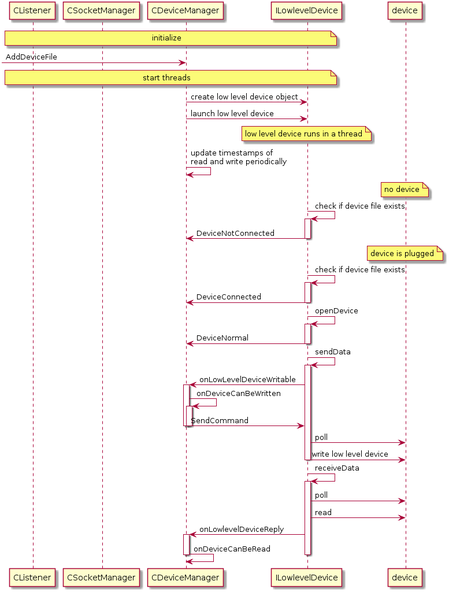
This is Diagrams/proxy/sequence.png from mike-zhou/SmartCardSwitch, a PlantUML export, as it was before one commit.
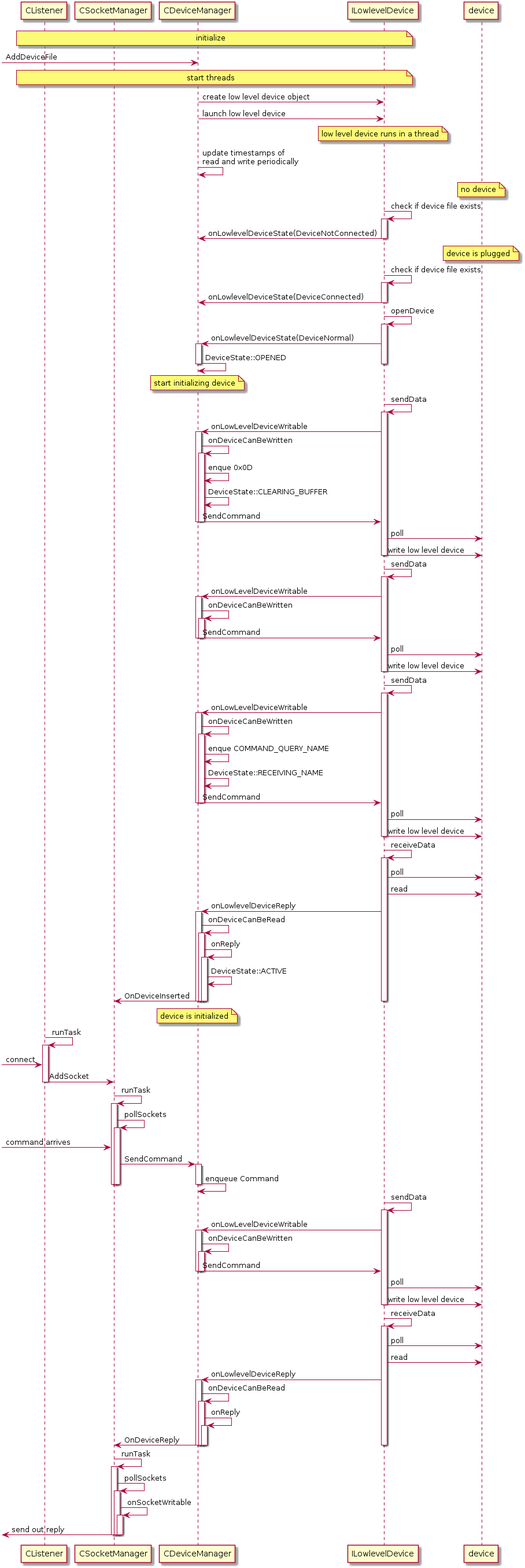
After the change.

Commit message:
Add details to sequence in proxy

The edit, as a diff of the source:
```diff
@@ -28,7 +28,7 @@
 endnote
 ILowlevelDevice -> ILowlevelDevice: check if device file exists
 activate ILowlevelDevice
-ILowlevelDevice -> CDeviceManager: DeviceNotConnected
+ILowlevelDevice -> CDeviceManager: onLowlevelDeviceState(DeviceNotConnected)
 deactivate ILowlevelDevice
 
 note over device
@@ -37,13 +37,103 @@
 
 ILowlevelDevice -> ILowlevelDevice: check if device file exists
 activate ILowlevelDevice
-ILowlevelDevice -> CDeviceManager: DeviceConnected
+ILowlevelDevice -> CDeviceManager: onLowlevelDeviceState(DeviceConnected)
 deactivate ILowlevelDevice
 
 ILowlevelDevice -> ILowlevelDevice: openDevice
 activate ILowlevelDevice
-ILowlevelDevice -> CDeviceManager: DeviceNormal
+ILowlevelDevice -> CDeviceManager: onLowlevelDeviceState(DeviceNormal)
+activate CDeviceManager
+CDeviceManager -> CDeviceManager: DeviceState::OPENED
+deactivate CDeviceManager
 deactivate ILowlevelDevice
+
+note over CDeviceManager
+start initializing device
+endnote
+
+ILowlevelDevice -> ILowlevelDevice: sendData
+activate ILowlevelDevice
+ILowlevelDevice -> CDeviceManager: onLowLevelDeviceWritable
+activate CDeviceManager
+CDeviceManager -> CDeviceManager: onDeviceCanBeWritten
+activate CDeviceManager
+CDeviceManager -> CDeviceManager: enque 0x0D
+CDeviceManager -> CDeviceManager: DeviceState::CLEARING_BUFFER
+CDeviceManager -> ILowlevelDevice: SendCommand
+deactivate CDeviceManager
+deactivate CDeviceManager
+ILowlevelDevice -> device: poll
+ILowlevelDevice -> device: write low level device
+deactivate ILowlevelDevice
+
+ILowlevelDevice -> ILowlevelDevice: sendData
+activate ILowlevelDevice
+ILowlevelDevice -> CDeviceManager: onLowLevelDeviceWritable
+activate CDeviceManager
+CDeviceManager -> CDeviceManager: onDeviceCanBeWritten
+activate CDeviceManager
+CDeviceManager -> ILowlevelDevice: SendCommand
+deactivate CDeviceManager
+deactivate CDeviceManager
+ILowlevelDevice -> device: poll
+ILowlevelDevice -> device: write low level device
+deactivate ILowlevelDevice
+
+ILowlevelDevice -> ILowlevelDevice: sendData
+activate ILowlevelDevice
+ILowlevelDevice -> CDeviceManager: onLowLevelDeviceWritable
+activate CDeviceManager
+CDeviceManager -> CDeviceManager: onDeviceCanBeWritten
+activate CDeviceManager
+CDeviceManager -> CDeviceManager: enque COMMAND_QUERY_NAME
+CDeviceManager -> CDeviceManager: DeviceState::RECEIVING_NAME
+CDeviceManager -> ILowlevelDevice: SendCommand
+deactivate CDeviceManager
+deactivate CDeviceManager
+ILowlevelDevice -> device: poll
+ILowlevelDevice -> device: write low level device
+deactivate ILowlevelDevice
+
+ILowlevelDevice -> ILowlevelDevice: receiveData
+activate ILowlevelDevice
+ILowlevelDevice -> device: poll
+ILowlevelDevice -> device: read
+ILowlevelDevice -> CDeviceManager: onLowlevelDeviceReply
+activate CDeviceManager
+CDeviceManager -> CDeviceManager: onDeviceCanBeRead
+activate CDeviceManager
+CDeviceManager -> CDeviceManager: onReply
+activate CDeviceManager
+CDeviceManager -> CDeviceManager: DeviceState::ACTIVE
+CDeviceManager -> CSocketManager: OnDeviceInserted
+deactivate CDeviceManager
+deactivate CDeviceManager
+deactivate CDeviceManager
+deactivate ILowlevelDevice
+
+note over CDeviceManager
+device is initialized
+endnote
+
+
+CListener -> CListener: runTask
+activate CListener
+-> CListener: connect
+CListener -> CSocketManager: AddSocket
+deactivate CListener
+
+CSocketManager -> CSocketManager: runTask
+activate CSocketManager
+CSocketManager -> CSocketManager: pollSockets
+activate CSocketManager
+-> CSocketManager: command arrives
+CSocketManager -> CDeviceManager: SendCommand
+activate CDeviceManager
+CDeviceManager -> CDeviceManager: enqueue Command
+deactivate CDeviceManager
+deactivate CSocketManager
+deactivate CSocketManager
 
 ILowlevelDevice -> ILowlevelDevice: sendData
 activate ILowlevelDevice
@@ -65,7 +155,24 @@
 ILowlevelDevice -> CDeviceManager: onLowlevelDeviceReply
 activate CDeviceManager
 CDeviceManager -> CDeviceManager: onDeviceCanBeRead
+activate CDeviceManager
+CDeviceManager -> CDeviceManager: onReply
+activate CDeviceManager
+CDeviceManager -> CSocketManager: OnDeviceReply
+deactivate CDeviceManager
+deactivate CDeviceManager
 deactivate CDeviceManager
 deactivate ILowlevelDevice
 
+CSocketManager -> CSocketManager: runTask
+activate CSocketManager
+CSocketManager -> CSocketManager: pollSockets
+activate CSocketManager
+CSocketManager -> CSocketManager: onSocketWritable
+activate CSocketManager
+ <- CSocketManager: send out reply
+deactivate CSocketManager
+deactivate CSocketManager
+deactivate CSocketManager
+
 @enduml
```
